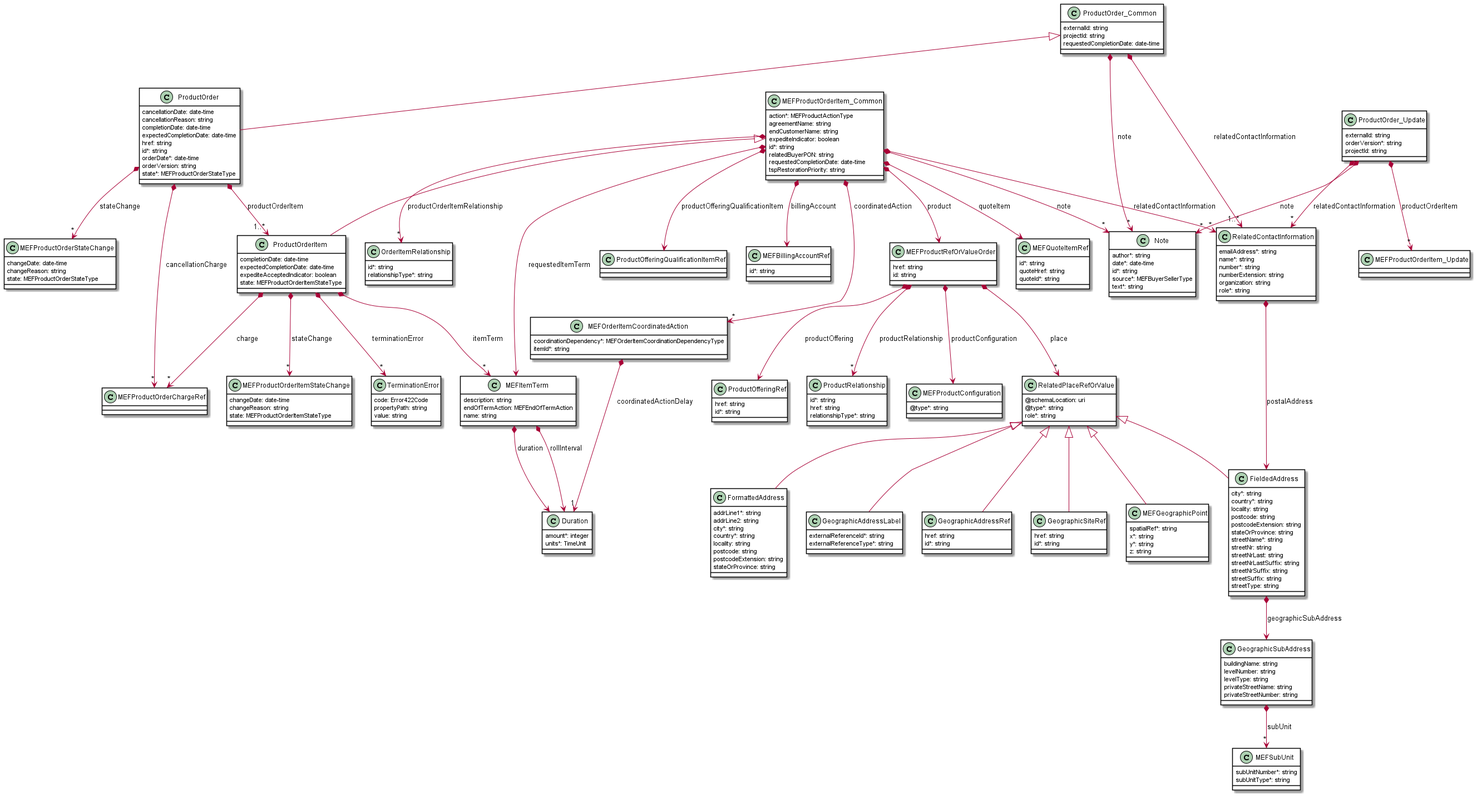
This is documentation/productApi/order/media/productOrderResponseModel.png from MEF-GIT/MEF-LSO-Sonata-SDK, a PlantUML export, as it was before one commit. Source of this version:
```plantuml
@startuml
skinparam {
    ClassBackgroundColor White
    ClassBorderColor Black
}


class Duration {

    amount*: integer
    units*: TimeUnit
}




class FieldedAddress {

    city*: string
    country*: string
    locality: string
    postcode: string
    postcodeExtension: string
    stateOrProvince: string
    streetName*: string
    streetNr: string
    streetNrLast: string
    streetNrLastSuffix: string
    streetNrSuffix: string
    streetSuffix: string
    streetType: string
}
RelatedPlaceRefOrValue <|-- FieldedAddress

FieldedAddress *--> GeographicSubAddress : geographicSubAddress


class FormattedAddress {

    addrLine1*: string
    addrLine2: string
    city*: string
    country*: string
    locality: string
    postcode: string
    postcodeExtension: string
    stateOrProvince: string
}
RelatedPlaceRefOrValue <|-- FormattedAddress



class GeographicAddressLabel {

    externalReferenceId*: string
    externalReferenceType*: string
}
RelatedPlaceRefOrValue <|-- GeographicAddressLabel



class GeographicAddressRef {

    href: string
    id*: string
}
RelatedPlaceRefOrValue <|-- GeographicAddressRef



class GeographicSiteRef {

    href: string
    id*: string
}
RelatedPlaceRefOrValue <|-- GeographicSiteRef



class GeographicSubAddress {

    buildingName: string
    levelNumber: string
    levelType: string
    privateStreetName: string
    privateStreetNumber: string
}

GeographicSubAddress *-->"*" MEFSubUnit : subUnit


class MEFProductOrderItemStateChange {

    changeDate: date-time
    changeReason: string
    state: MEFProductOrderItemStateType
}


class MEFBillingAccountRef {

    id*: string
}


class MEFItemTerm {

    description: string
    endOfTermAction: MEFEndOfTermAction
    name: string
}

MEFItemTerm *--> Duration : duration
MEFItemTerm *--> Duration : rollInterval


class MEFOrderItemCoordinatedAction {

    coordinationDependency*: MEFOrderItemCoordinationDependencyType
    itemId*: string
}

MEFOrderItemCoordinatedAction *-->"1" Duration : coordinatedActionDelay


class MEFProductConfiguration {

    @type*: string
}

class MEFProductOrderStateChange {

    changeDate: date-time
    changeReason: string
    state: MEFProductOrderStateType
}



class MEFQuoteItemRef {

    id*: string
    quoteHref: string
    quoteId*: string
}



class Note {

    author*: string
    date*: date-time
    id*: string
    source*: MEFBuyerSellerType
    text*: string
}



class OrderItemRelationship {

    id*: string
    relationshipType*: string
}

class ProductOfferingRef {

    href: string
    id*: string
}



class ProductOrder {

    cancellationDate: date-time
    cancellationReason: string
    completionDate: date-time
    expectedCompletionDate: date-time
    href: string
    id*: string
    orderDate*: date-time
    orderVersion: string
    state*: MEFProductOrderStateType
}
ProductOrder_Common <|-- ProductOrder

ProductOrder *-->"*" MEFProductOrderChargeRef : cancellationCharge
ProductOrder *-->"1..*" ProductOrderItem : productOrderItem
ProductOrder *-->"*" MEFProductOrderStateChange : stateChange


class TerminationError {

    code: Error422Code
    propertyPath: string
    value: string
}


class MEFGeographicPoint {

    spatialRef*: string
    x*: string
    y*: string
    z: string
}
RelatedPlaceRefOrValue <|-- MEFGeographicPoint

class ProductOrderItem {

    completionDate: date-time
    expectedCompletionDate: date-time
    expediteAcceptedIndicator: boolean
    state: MEFProductOrderItemStateType
}
MEFProductOrderItem_Common <|-- ProductOrderItem

ProductOrderItem *-->"*" MEFProductOrderChargeRef : charge
ProductOrderItem *-->"*" MEFItemTerm : itemTerm
ProductOrderItem *-->"*" MEFProductOrderItemStateChange : stateChange
ProductOrderItem *-->"*" TerminationError : terminationError


class MEFProductOrderItem_Common {

    action*: MEFProductActionType
    agreementName: string
    endCustomerName: string
    expediteIndicator: boolean
    id*: string
    relatedBuyerPON: string
    requestedCompletionDate: date-time
    tspRestorationPriority: string
}

MEFProductOrderItem_Common *--> MEFBillingAccountRef : billingAccount
MEFProductOrderItem_Common *-->"*" MEFOrderItemCoordinatedAction : coordinatedAction
MEFProductOrderItem_Common *-->"*" Note : note
MEFProductOrderItem_Common *--> MEFProductRefOrValueOrder : product
MEFProductOrderItem_Common *--> ProductOfferingQualificationItemRef : productOfferingQualificationItem
MEFProductOrderItem_Common *-->"*" OrderItemRelationship : productOrderItemRelationship
MEFProductOrderItem_Common *--> MEFQuoteItemRef : quoteItem
MEFProductOrderItem_Common *-->"*" RelatedContactInformation : relatedContactInformation
MEFProductOrderItem_Common *--> MEFItemTerm : requestedItemTerm



class MEFProductRefOrValueOrder {

    href: string
    id: string
}

MEFProductRefOrValueOrder *-->"*" RelatedPlaceRefOrValue : place
MEFProductRefOrValueOrder *--> MEFProductConfiguration : productConfiguration
MEFProductRefOrValueOrder *--> ProductOfferingRef : productOffering
MEFProductRefOrValueOrder *-->"*" ProductRelationship : productRelationship


class MEFSubUnit {

    subUnitNumber*: string
    subUnitType*: string
}



class ProductOrder_Common {

    externalId: string
    projectId: string
    requestedCompletionDate: date-time
}

ProductOrder_Common *-->"*" Note : note
ProductOrder_Common *-->"1..*" RelatedContactInformation : relatedContactInformation

class ProductOrder_Update {

    externalId: string
    orderVersion*: string
    projectId: string
}

ProductOrder_Update *-->"*" Note : note
ProductOrder_Update *-->"*" MEFProductOrderItem_Update : productOrderItem
ProductOrder_Update *-->"*" RelatedContactInformation : relatedContactInformation


class ProductRelationship {

    id*: string
    href: string
    relationshipType*: string
}



class RelatedPlaceRefOrValue {

    @schemaLocation: uri
    @type*: string
    role*: string
}



class RelatedContactInformation {

    emailAddress*: string
    name*: string
    number*: string
    numberExtension: string
    organization: string
    role*: string
}

RelatedContactInformation *--> FieldedAddress : postalAddress

@enduml
```
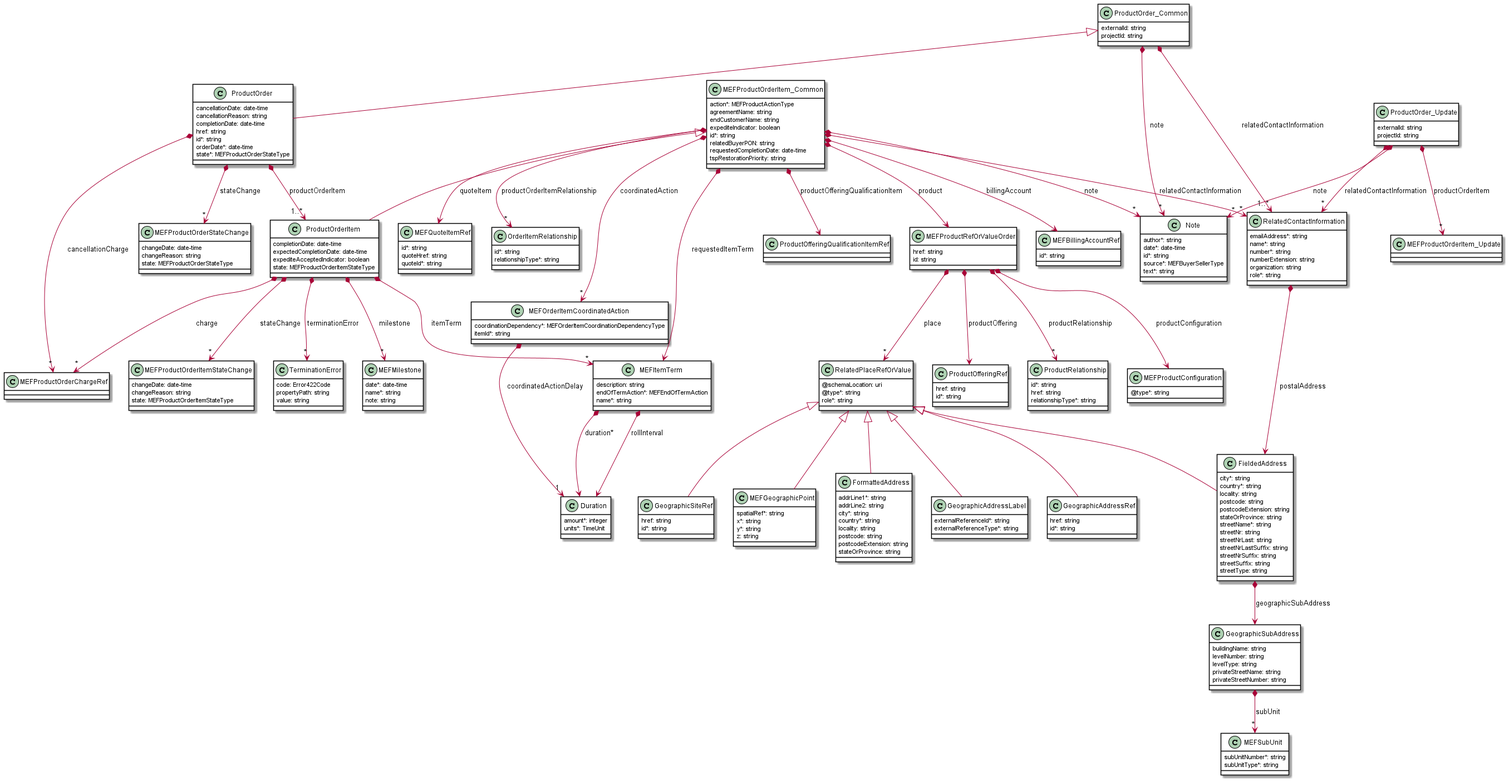
After the commit.

What changed in the source:
```diff
@@ -106,11 +106,11 @@
 class MEFItemTerm {
 
     description: string
-    endOfTermAction: MEFEndOfTermAction
-    name: string
+    endOfTermAction*: MEFEndOfTermAction
+    name*: string
 }
 
-MEFItemTerm *--> Duration : duration
+MEFItemTerm *--> Duration : duration*
 MEFItemTerm *--> Duration : rollInterval
 
 
@@ -176,11 +176,9 @@
     cancellationDate: date-time
     cancellationReason: string
     completionDate: date-time
-    expectedCompletionDate: date-time
     href: string
     id*: string
     orderDate*: date-time
-    orderVersion: string
     state*: MEFProductOrderStateType
 }
 ProductOrder_Common <|-- ProductOrder
@@ -215,11 +213,18 @@
     state: MEFProductOrderItemStateType
 }
 MEFProductOrderItem_Common <|-- ProductOrderItem
-
 ProductOrderItem *-->"*" MEFProductOrderChargeRef : charge
 ProductOrderItem *-->"*" MEFItemTerm : itemTerm
+ProductOrderItem *-->"*" MEFMilestone : milestone
 ProductOrderItem *-->"*" MEFProductOrderItemStateChange : stateChange
 ProductOrderItem *-->"*" TerminationError : terminationError
+
+class MEFMilestone {
+
+    date*: date-time
+    name*: string
+    note: string
+}
 
 
 class MEFProductOrderItem_Common {
@@ -270,7 +275,6 @@
 
     externalId: string
     projectId: string
-    requestedCompletionDate: date-time
 }
 
 ProductOrder_Common *-->"*" Note : note
@@ -279,7 +283,6 @@
 class ProductOrder_Update {
 
     externalId: string
-    orderVersion*: string
     projectId: string
 }
 
```
